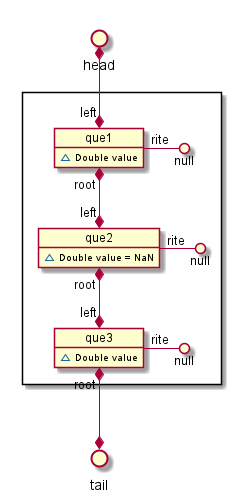
The PlantUML diagram src/docs/UML/reorderScheme/static/_01_queue.png in vitalispopoff/calculator, before a commit.
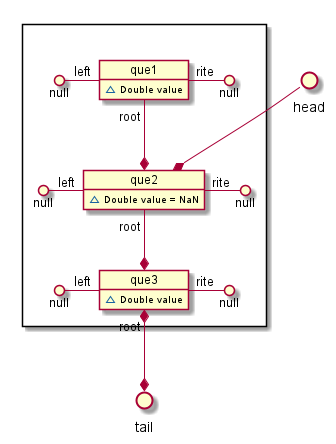
Above is the later version.

What changed in the source:
```diff
@@ -5,23 +5,26 @@
 
 package " " <<Rectangle>>{
 
-        head *--* "left" que1
+         head --* que2
 
     object que1{
         ~ Double value
     }
+    null ()- "left" que1
         que1 "rite" -() null
-        que1 "root" *--* "left" que2
+        que1 "root" --* que2
 
     object que2{
         ~ Double value = NaN
     }
+        null ()- "left" que2
         que2 "rite" -() null
-        que2 "root" *--*  "left" que3
+        que2 "root" --* que3
 
     object que3{
         ~ Double value
     }
+        null ()- "left" que3
         que3 "rite" -() null
         que3 "root" *--* tail
 }
```
